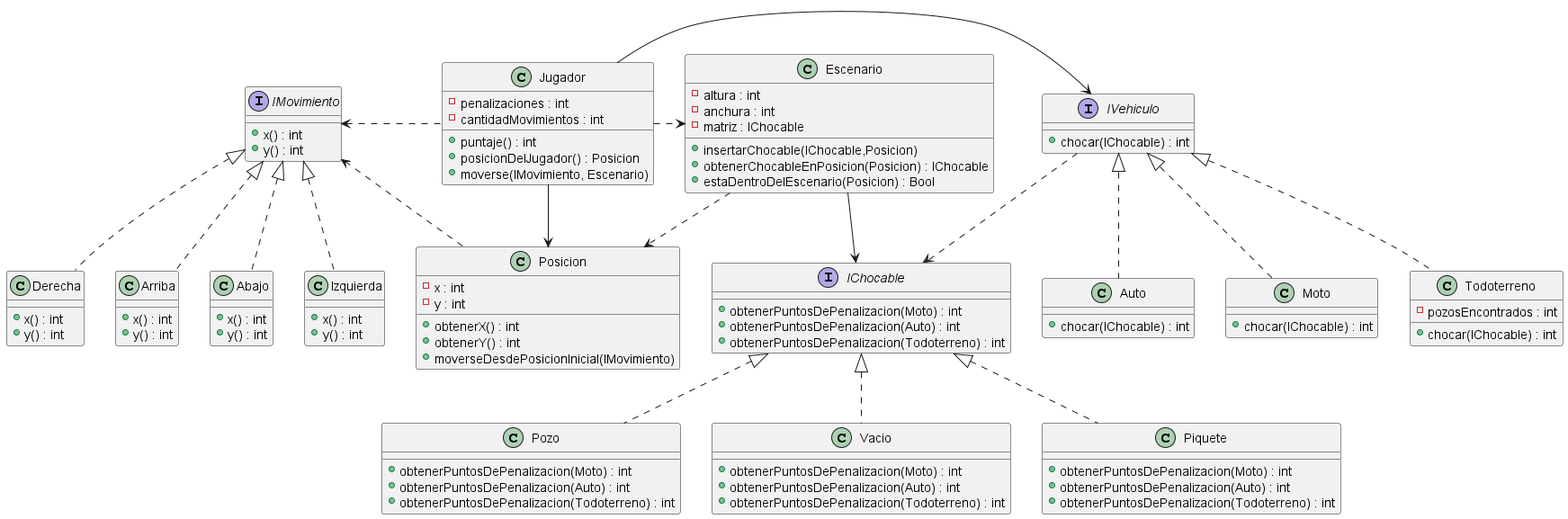
NestorPala/T17-GPSChallenge keeps this PlantUML diagram as diagrams/classes/diagrama_clase.png. Above is the earlier version. Its source is kept beside it as diagrams/classes/diagrama_clase.puml.
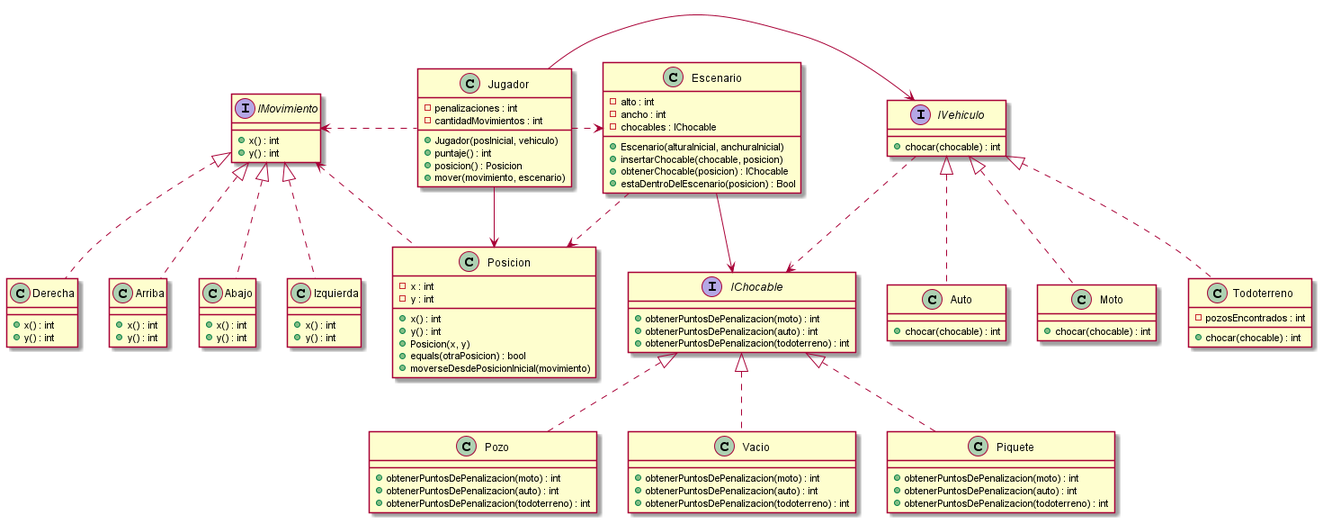
The same diagram one commit later.

Diff of the diagram source:
```diff
@@ -3,9 +3,10 @@
 class Jugador {
     - penalizaciones : int
     - cantidadMovimientos : int
+    + Jugador(posInicial, vehiculo)
     + puntaje() : int
-    + posicionDelJugador() : Posicion
-    + moverse(IMovimiento, Escenario)
+    + posicion() : Posicion
+    + mover(movimiento, escenario)
 }
 
 interface IMovimiento {
@@ -31,61 +32,64 @@
 }
 
 class Escenario {
-    - altura : int
-    - anchura : int
-    - matriz : IChocable
-    + insertarChocable(IChocable,Posicion)
-    + obtenerChocableEnPosicion(Posicion) : IChocable
-    + estaDentroDelEscenario(Posicion) : Bool
+    - alto : int
+    - ancho : int
+    - chocables : IChocable
+    + Escenario(alturaInicial, anchuraInicial)
+    + insertarChocable(chocable, posicion)
+    + obtenerChocable(posicion) : IChocable
+    + estaDentroDelEscenario(posicion) : Bool
 }
 
 class Posicion {
     - x : int
     - y : int
-    + obtenerX() : int
-    + obtenerY() : int
-    + moverseDesdePosicionInicial(IMovimiento)
+    + x() : int
+    + y() : int
+    + Posicion(x, y)
+    + equals(otraPosicion) : bool
+    + moverseDesdePosicionInicial(movimiento)
 }
 
 class Pozo {
-    +  obtenerPuntosDePenalizacion(Moto) : int
-    +  obtenerPuntosDePenalizacion(Auto) : int
-    +  obtenerPuntosDePenalizacion(Todoterreno) : int
+    +  obtenerPuntosDePenalizacion(moto) : int
+    +  obtenerPuntosDePenalizacion(auto) : int
+    +  obtenerPuntosDePenalizacion(todoterreno) : int
 }
 
 class Vacio {
-    +  obtenerPuntosDePenalizacion(Moto) : int
-    +  obtenerPuntosDePenalizacion(Auto) : int
-    +  obtenerPuntosDePenalizacion(Todoterreno) : int
+    +  obtenerPuntosDePenalizacion(moto) : int
+    +  obtenerPuntosDePenalizacion(auto) : int
+    +  obtenerPuntosDePenalizacion(todoterreno) : int
 }
 
 class Piquete {
-    +  obtenerPuntosDePenalizacion(Moto) : int
-    +  obtenerPuntosDePenalizacion(Auto) : int
-    +  obtenerPuntosDePenalizacion(Todoterreno) : int
+    +  obtenerPuntosDePenalizacion(moto) : int
+    +  obtenerPuntosDePenalizacion(auto) : int
+    +  obtenerPuntosDePenalizacion(todoterreno) : int
 }
 
 class Auto {
-    + chocar(IChocable) : int
+    + chocar(chocable) : int
 }
 
 class Moto {
-    + chocar(IChocable) : int
+    + chocar(chocable) : int
 }
 
 class Todoterreno {
     - pozosEncontrados : int
-    + chocar(IChocable) : int
+    + chocar(chocable) : int
 }
 
 interface IVehiculo {
-    + chocar(IChocable) : int
+    + chocar(chocable) : int
 }
 
 interface IChocable {
-    + obtenerPuntosDePenalizacion(Moto) : int
-    + obtenerPuntosDePenalizacion(Auto) : int
-    + obtenerPuntosDePenalizacion(Todoterreno) : int
+    + obtenerPuntosDePenalizacion(moto) : int
+    + obtenerPuntosDePenalizacion(auto) : int
+    + obtenerPuntosDePenalizacion(todoterreno) : int
 }
 
 Jugador -> IVehiculo
```
